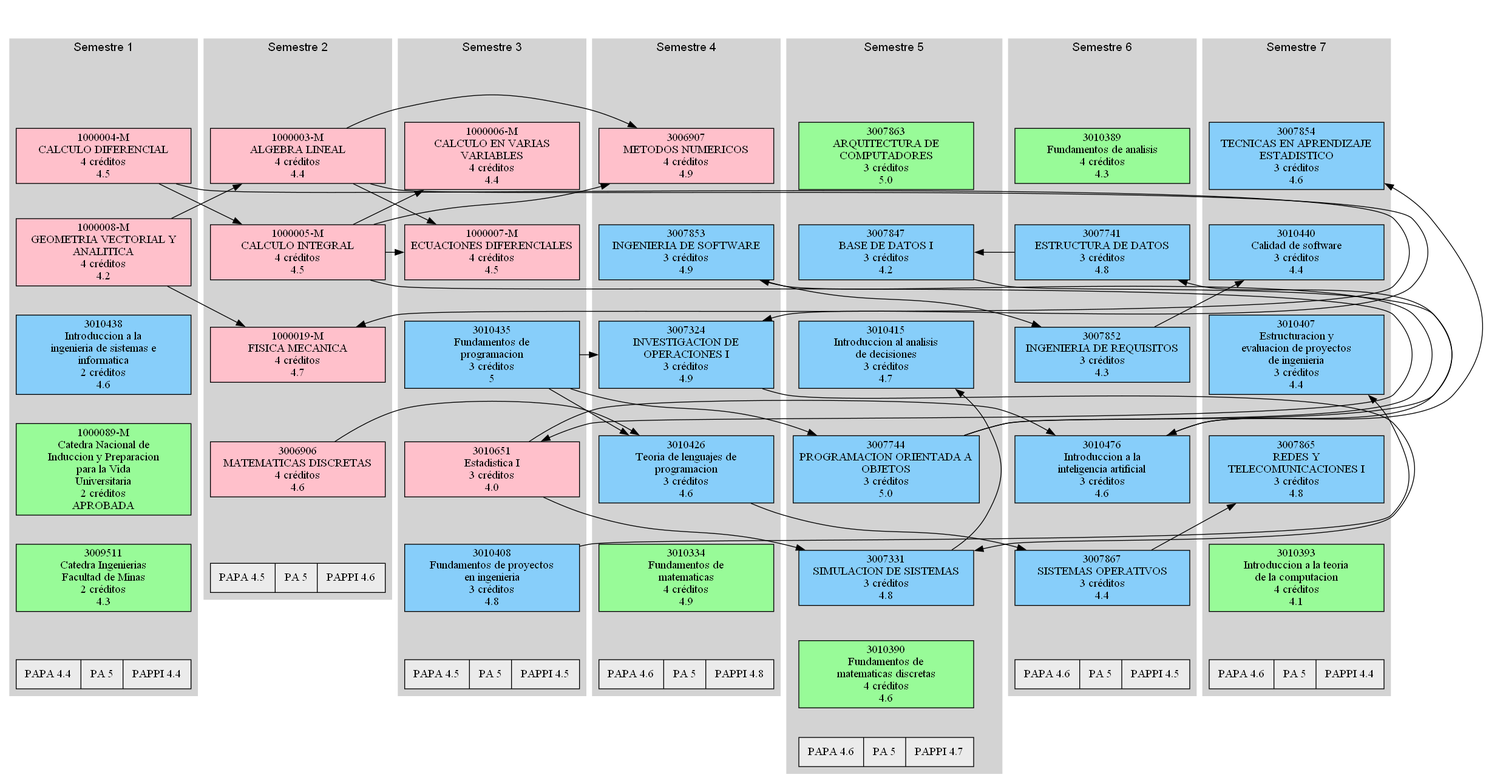
Above: codigo/asignatura_catalog/Digraph.gv.png in eporrasm/d-web (Graphviz), before the change. Its source is kept beside it as codigo/asignatura_catalog/Digraph.gv. The source it was exported from:
```dot
digraph {
	graph [compound=true]
	subgraph cluster_1 {
		node [shape=box style=filled width=3]
		color=lightgrey fontname=Arial style=filled
		label="Semestre 1"
		sem_1 [label=sem_1 style=invis]
		"1000004-M" [label="1000004-M
CALCULO DIFERENCIAL
4 créditos
4.5" fillcolor="#FFC0CB" group=sem1]
		sem_1 -> "1000004-M" [style=invis]
		"1000008-M" [label="1000008-M
GEOMETRIA VECTORIAL Y
ANALITICA
4 créditos
4.2" fillcolor="#FFC0CB" group=sem1]
		"1000004-M" -> "1000008-M" [style=invis]
		3010438 [label="3010438
Introduccion a la
ingenieria de sistemas e
informatica
2 créditos
4.6" fillcolor="#87CEFA" group=sem1]
		"1000008-M" -> 3010438 [style=invis]
		"1000089-M" [label="1000089-M
Catedra Nacional de
Induccion y Preparacion
para la Vida
Universitaria
2 créditos
APROBADA" fillcolor="#98FB98" group=sem1]
		3010438 -> "1000089-M" [style=invis]
		3009511 [label="3009511
Catedra Ingenierias
Facultad de Minas
2 créditos
4.3" fillcolor="#98FB98" group=sem1]
		"1000089-M" -> 3009511 [style=invis]
		"Promedio 1" [label="PAPA 4.4|PA 5|PAPPI 4.4" fillcolor="#EBEBEB" shape=record]
		3009511 -> "Promedio 1" [style=invis]
	}
	subgraph cluster_2 {
		node [shape=box style=filled width=3]
		color=lightgrey fontname=Arial style=filled
		label="Semestre 2"
		sem_2 [label=sem_2 style=invis]
		"1000003-M" [label="1000003-M
ALGEBRA LINEAL
4 créditos
4.4" fillcolor="#FFC0CB" group=sem2]
		sem_2 -> "1000003-M" [style=invis]
		"1000005-M" [label="1000005-M
CALCULO INTEGRAL
4 créditos
4.5" fillcolor="#FFC0CB" group=sem2]
		"1000003-M" -> "1000005-M" [style=invis]
		"1000019-M" [label="1000019-M
FISICA MECANICA
4 créditos
4.7" fillcolor="#FFC0CB" group=sem2]
		"1000005-M" -> "1000019-M" [style=invis]
		3006906 [label="3006906
MATEMATICAS DISCRETAS
4 créditos
4.6" fillcolor="#FFC0CB" group=sem2]
		"1000019-M" -> 3006906 [style=invis]
		"Promedio 2" [label="PAPA 4.5|PA 5|PAPPI 4.6" fillcolor="#EBEBEB" shape=record]
		3006906 -> "Promedio 2" [style=invis]
	}
	subgraph cluster_3 {
		node [shape=box style=filled width=3]
		color=lightgrey fontname=Arial style=filled
		label="Semestre 3"
		sem_3 [label=sem_3 style=invis]
		"1000006-M" [label="1000006-M
CALCULO EN VARIAS
VARIABLES
4 créditos
4.4" fillcolor="#FFC0CB" group=sem3]
		sem_3 -> "1000006-M" [style=invis]
		"1000007-M" [label="1000007-M
ECUACIONES DIFERENCIALES
4 créditos
4.5" fillcolor="#FFC0CB" group=sem3]
		"1000006-M" -> "1000007-M" [style=invis]
		3010435 [label="3010435
Fundamentos de
programacion
3 créditos
5" fillcolor="#87CEFA" group=sem3]
		"1000007-M" -> 3010435 [style=invis]
		3010651 [label="3010651
Estadistica I
3 créditos
4.0" fillcolor="#FFC0CB" group=sem3]
		3010435 -> 3010651 [style=invis]
		3010408 [label="3010408
Fundamentos de proyectos
en ingenieria
3 créditos
4.8" fillcolor="#87CEFA" group=sem3]
		3010651 -> 3010408 [style=invis]
		"Promedio 3" [label="PAPA 4.5|PA 5|PAPPI 4.5" fillcolor="#EBEBEB" shape=record]
		3010408 -> "Promedio 3" [style=invis]
	}
	subgraph cluster_4 {
		node [shape=box style=filled width=3]
		color=lightgrey fontname=Arial style=filled
		label="Semestre 4"
		sem_4 [label=sem_4 style=invis]
		3006907 [label="3006907
METODOS NUMERICOS
4 créditos
4.9" fillcolor="#FFC0CB" group=sem4]
		sem_4 -> 3006907 [style=invis]
		3007853 [label="3007853
INGENIERIA DE SOFTWARE
3 créditos
4.9" fillcolor="#87CEFA" group=sem4]
		3006907 -> 3007853 [style=invis]
		3007324 [label="3007324
INVESTIGACION DE
OPERACIONES I
3 créditos
4.9" fillcolor="#87CEFA" group=sem4]
		3007853 -> 3007324 [style=invis]
		3010426 [label="3010426
Teoria de lenguajes de
programacion
3 créditos
4.6" fillcolor="#87CEFA" group=sem4]
		3007324 -> 3010426 [style=invis]
		3010334 [label="3010334
Fundamentos de
matematicas
4 créditos
4.9" fillcolor="#98FB98" group=sem4]
		3010426 -> 3010334 [style=invis]
		"Promedio 4" [label="PAPA 4.6|PA 5|PAPPI 4.8" fillcolor="#EBEBEB" shape=record]
		3010334 -> "Promedio 4" [style=invis]
	}
	subgraph cluster_5 {
		node [shape=box style=filled width=3]
		color=lightgrey fontname=Arial style=filled
		label="Semestre 5"
		sem_5 [label=sem_5 style=invis]
		3007863 [label="3007863
ARQUITECTURA DE
COMPUTADORES
3 créditos
5.0" fillcolor="#98FB98" group=sem5]
		sem_5 -> 3007863 [style=invis]
		3007847 [label="3007847
BASE DE DATOS I
3 créditos
4.2" fillcolor="#87CEFA" group=sem5]
		3007863 -> 3007847 [style=invis]
		3010415 [label="3010415
Introduccion al analisis
de decisiones
3 créditos
4.7" fillcolor="#87CEFA" group=sem5]
		3007847 -> 3010415 [style=invis]
		3007744 [label="3007744
PROGRAMACION ORIENTADA A
OBJETOS
3 créditos
5.0" fillcolor="#87CEFA" group=sem5]
		3010415 -> 3007744 [style=invis]
		3007331 [label="3007331
SIMULACION DE SISTEMAS
3 créditos
4.8" fillcolor="#87CEFA" group=sem5]
		3007744 -> 3007331 [style=invis]
		3010390 [label="3010390
Fundamentos de
matematicas discretas
4 créditos
4.6" fillcolor="#98FB98" group=sem5]
		3007331 -> 3010390 [style=invis]
		"Promedio 5" [label="PAPA 4.6|PA 5|PAPPI 4.7" fillcolor="#EBEBEB" shape=record]
		3010390 -> "Promedio 5" [style=invis]
	}
	subgraph cluster_6 {
		node [shape=box style=filled width=3]
		color=lightgrey fontname=Arial style=filled
		label="Semestre 6"
		sem_6 [label=sem_6 style=invis]
		3010389 [label="3010389
Fundamentos de analisis
4 créditos
4.3" fillcolor="#98FB98" group=sem6]
		sem_6 -> 3010389 [style=invis]
		3007741 [label="3007741
ESTRUCTURA DE DATOS
3 créditos
4.8" fillcolor="#87CEFA" group=sem6]
		3010389 -> 3007741 [style=invis]
		3007852 [label="3007852
INGENIERIA DE REQUISITOS
3 créditos
4.3" fillcolor="#87CEFA" group=sem6]
		3007741 -> 3007852 [style=invis]
		3010476 [label="3010476
Introduccion a la
inteligencia artificial
3 créditos
4.6" fillcolor="#87CEFA" group=sem6]
		3007852 -> 3010476 [style=invis]
		3007867 [label="3007867
SISTEMAS OPERATIVOS
3 créditos
4.4" fillcolor="#87CEFA" group=sem6]
		3010476 -> 3007867 [style=invis]
		"Promedio 6" [label="PAPA 4.6|PA 5|PAPPI 4.5" fillcolor="#EBEBEB" shape=record]
		3007867 -> "Promedio 6" [style=invis]
	}
	subgraph cluster_7 {
		node [shape=box style=filled width=3]
		color=lightgrey fontname=Arial style=filled
		label="Semestre 7"
		sem_7 [label=sem_7 style=invis]
		3007854 [label="3007854
TECNICAS EN APRENDIZAJE
ESTADISTICO
3 créditos
4.6" fillcolor="#87CEFA" group=sem7]
		sem_7 -> 3007854 [style=invis]
		3010440 [label="3010440
Calidad de software
3 créditos
4.4" fillcolor="#87CEFA" group=sem7]
		3007854 -> 3010440 [style=invis]
		3010407 [label="3010407
Estructuracion y
evaluacion de proyectos
de ingenieria
3 créditos
4.4" fillcolor="#87CEFA" group=sem7]
		3010440 -> 3010407 [style=invis]
		3007865 [label="3007865
REDES Y
TELECOMUNICACIONES I
3 créditos
4.8" fillcolor="#87CEFA" group=sem7]
		3010407 -> 3007865 [style=invis]
		3010393 [label="3010393
Introduccion a la teoria
de la computacion
4 créditos
4.1" fillcolor="#98FB98" group=sem7]
		3007865 -> 3010393 [style=invis]
		"Promedio 7" [label="PAPA 4.6|PA 5|PAPPI 4.4" fillcolor="#EBEBEB" shape=record]
		3010393 -> "Promedio 7" [style=invis]
	}
	3010476 -> 3007854 [constraint=false]
	3007852 -> 3010440 [constraint=false]
	3010408 -> 3010407 [constraint=false]
	3007867 -> 3007865 [constraint=false]
	3007744 -> 3007741 [constraint=false]
	3007853 -> 3007852 [constraint=false]
	3010651 -> 3010476 [constraint=false]
	3007847 -> 3010476 [constraint=false]
	3010426 -> 3007867 [constraint=false]
	3007741 -> 3007847 [constraint=false]
	3007331 -> 3010415 [constraint=false]
	3010435 -> 3007744 [constraint=false]
	3007324 -> 3007331 [constraint=false]
	3010651 -> 3007331 [constraint=false]
	"1000003-M" -> 3006907 [constraint=false]
	"1000005-M" -> 3006907 [constraint=false]
	3007744 -> 3007853 [constraint=false]
	"1000003-M" -> 3007324 [constraint=false]
	3010435 -> 3007324 [constraint=false]
	3010435 -> 3010426 [constraint=false]
	3006906 -> 3010426 [constraint=false]
	"1000005-M" -> "1000006-M" [constraint=false]
	"1000003-M" -> "1000007-M" [constraint=false]
	"1000005-M" -> "1000007-M" [constraint=false]
	"1000005-M" -> 3010651 [constraint=false]
	"1000008-M" -> "1000003-M" [constraint=false]
	"1000004-M" -> "1000005-M" [constraint=false]
	"1000004-M" -> "1000019-M" [constraint=false]
	"1000008-M" -> "1000019-M" [constraint=false]
	start -> sem_1 [lhead=cluster_1 style=invis]
	start -> sem_2 [lhead=cluster_2 style=invis]
	start -> sem_3 [lhead=cluster_3 style=invis]
	start -> sem_4 [lhead=cluster_4 style=invis]
	start -> sem_5 [lhead=cluster_5 style=invis]
	start -> sem_6 [lhead=cluster_6 style=invis]
	start -> sem_7 [lhead=cluster_7 style=invis]
	start [shape=Mdiamond style=invis]
}
```
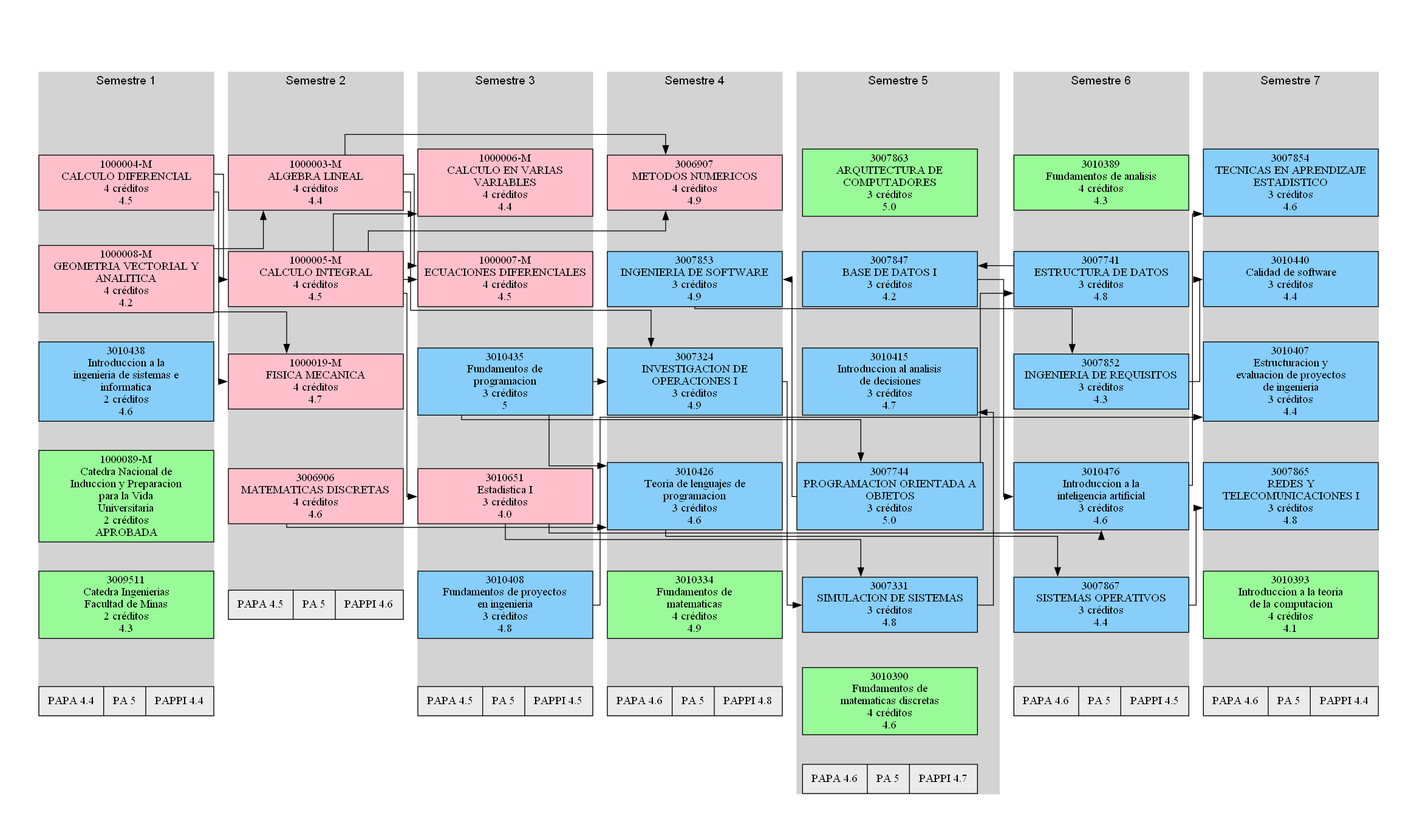
After the change.

What changed in the source:
```diff
@@ -1,5 +1,5 @@
 digraph {
-	graph [compound=true]
+	graph [compound=true margin=0.5 splines=ortho]
 	subgraph cluster_1 {
 		node [shape=box style=filled width=3]
 		color=lightgrey fontname=Arial style=filled
```
